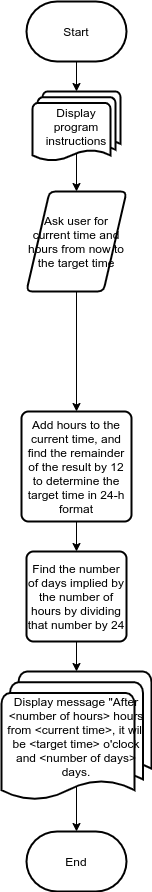
The draw.io diagram diagram.png in 7assan-5alloof/ex09ControlStructures, before a commit. Source tidied: cells renumbered, new cells last; positions are measured from the earlier drawing's top-left corner, leaving out a move shared by most shapes. Its diagram source:
```xml
<mxGraphModel>
  <root>
    <mxCell id="0" />
    <mxCell id="1" parent="0" />
    <mxCell id="2" style="edgeStyle=orthogonalEdgeStyle;rounded=0;jettySize=auto;html=1;exitX=0.5;exitY=1;exitDx=0;exitDy=0;exitPerimeter=0;" parent="1" edge="1" source="3" target="5">
      <mxGeometry relative="1" as="geometry" />
    </mxCell>
    <mxCell id="3" value="Start" style="strokeWidth=2;html=1;shape=mxgraph.flowchart.terminator;whiteSpace=wrap;" parent="1" vertex="1">
      <mxGeometry x="25" width="100" height="60" as="geometry" />
    </mxCell>
    <mxCell id="4" style="edgeStyle=orthogonalEdgeStyle;rounded=0;jettySize=auto;html=1;exitX=0.5;exitY=0.88;exitDx=0;exitDy=0;exitPerimeter=0;" parent="1" edge="1" source="5" target="7">
      <mxGeometry relative="1" as="geometry" />
    </mxCell>
    <mxCell id="5" value="Display program instructions" style="strokeWidth=2;html=1;shape=mxgraph.flowchart.multi-document;whiteSpace=wrap;" parent="1" vertex="1">
      <mxGeometry x="31" y="90" width="88" height="70" as="geometry" />
    </mxCell>
    <mxCell id="6" style="edgeStyle=orthogonalEdgeStyle;rounded=0;jettySize=auto;html=1;exitX=0.5;exitY=1;exitDx=0;exitDy=0;" parent="1" edge="1" source="7" target="9">
      <mxGeometry relative="1" as="geometry" />
    </mxCell>
    <mxCell id="7" value="Ask user for current time and hours from now to the target time" style="shape=parallelogram;html=1;strokeWidth=2;perimeter=parallelogramPerimeter;whiteSpace=wrap;rounded=1;arcSize=12;size=0.23;" parent="1" vertex="1">
      <mxGeometry x="25" y="190" width="100" height="100" as="geometry" />
    </mxCell>
    <mxCell id="8" style="edgeStyle=orthogonalEdgeStyle;rounded=0;jettySize=auto;html=1;exitX=0.5;exitY=1;exitDx=0;exitDy=0;" parent="1" edge="1" source="9" target="11">
      <mxGeometry relative="1" as="geometry" />
    </mxCell>
    <mxCell id="9" value="Add hours to the current time, and find the remainder of the result by 12 to determine the target time in 24-h format" style="rounded=1;whiteSpace=wrap;html=1;absoluteArcSize=1;arcSize=14;strokeWidth=2;" parent="1" vertex="1">
      <mxGeometry x="20" y="410" width="110" height="110" as="geometry" />
    </mxCell>
    <mxCell id="10" style="edgeStyle=orthogonalEdgeStyle;rounded=0;jettySize=auto;html=1;exitX=0.5;exitY=1;exitDx=0;exitDy=0;" parent="1" edge="1" source="11" target="13">
      <mxGeometry relative="1" as="geometry" />
    </mxCell>
    <mxCell id="11" value="Find the number of days implied by the number of hours by dividing that number by 24" style="rounded=1;whiteSpace=wrap;html=1;absoluteArcSize=1;arcSize=14;strokeWidth=2;" parent="1" vertex="1">
      <mxGeometry x="25" y="550" width="100" height="90" as="geometry" />
    </mxCell>
    <mxCell id="12" style="edgeStyle=orthogonalEdgeStyle;rounded=0;jettySize=auto;html=1;exitX=0.5;exitY=0.88;exitDx=0;exitDy=0;exitPerimeter=0;" parent="1" edge="1" source="13" target="14">
      <mxGeometry relative="1" as="geometry" />
    </mxCell>
    <mxCell id="13" value="Display message &quot;After &amp;lt;number of hours&amp;gt; hours from &amp;lt;current time&amp;gt;, it will be &amp;lt;target time&amp;gt; o'clock and &amp;lt;number of days&amp;gt; days." style="strokeWidth=2;html=1;shape=mxgraph.flowchart.multi-document;whiteSpace=wrap;" parent="1" vertex="1">
      <mxGeometry y="670" width="150" height="130" as="geometry" />
    </mxCell>
    <mxCell id="14" value="End" style="strokeWidth=2;html=1;shape=mxgraph.flowchart.terminator;whiteSpace=wrap;" parent="1" vertex="1">
      <mxGeometry x="25" y="830" width="100" height="60" as="geometry" />
    </mxCell>
  </root>
</mxGraphModel>
```
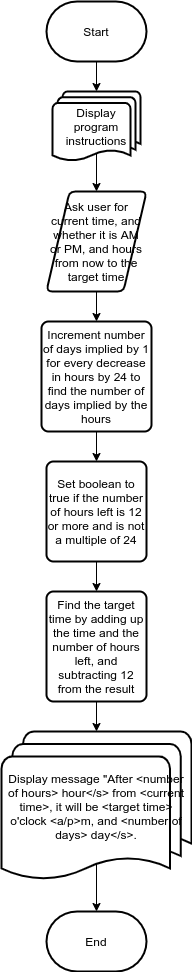
After the change.

Commit message:
Design appropriate algorith through diagram

Diff of the diagram source:
```diff
@@ -17,29 +17,35 @@
     <mxCell id="6" style="edgeStyle=orthogonalEdgeStyle;rounded=0;jettySize=auto;html=1;exitX=0.5;exitY=1;exitDx=0;exitDy=0;" parent="1" edge="1" source="7" target="9">
       <mxGeometry relative="1" as="geometry" />
     </mxCell>
-    <mxCell id="7" value="Ask user for current time and hours from now to the target time" style="shape=parallelogram;html=1;strokeWidth=2;perimeter=parallelogramPerimeter;whiteSpace=wrap;rounded=1;arcSize=12;size=0.23;" parent="1" vertex="1">
+    <mxCell id="7" value="Ask user for current time, and whether it is AM or PM, and hours from now to the target time" style="shape=parallelogram;html=1;strokeWidth=2;perimeter=parallelogramPerimeter;whiteSpace=wrap;rounded=1;arcSize=12;size=0.23;" parent="1" vertex="1">
       <mxGeometry x="25" y="190" width="100" height="100" as="geometry" />
     </mxCell>
-    <mxCell id="8" style="edgeStyle=orthogonalEdgeStyle;rounded=0;jettySize=auto;html=1;exitX=0.5;exitY=1;exitDx=0;exitDy=0;" parent="1" edge="1" source="9" target="11">
-      <mxGeometry relative="1" as="geometry" />
-    </mxCell>
+    <mxCell id="15" style="edgeStyle=orthogonalEdgeStyle;rounded=0;jettySize=auto;html=1;exitX=0.5;exitY=1;exitDx=0;exitDy=0;" parent="1" edge="1" source="9" target="19">
+      <mxGeometry relative="1" as="geometry" />
+    </mxCell>
-    <mxCell id="9" value="Add hours to the current time, and find the remainder of the result by 12 to determine the target time in 24-h format" style="rounded=1;whiteSpace=wrap;html=1;absoluteArcSize=1;arcSize=14;strokeWidth=2;" parent="1" vertex="1">
-      <mxGeometry x="20" y="410" width="110" height="110" as="geometry" />
+    <mxCell id="9" value="Increment number of days implied by 1 for every decrease in hours by 24 to find the number of days implied by the hours" style="rounded=1;whiteSpace=wrap;html=1;absoluteArcSize=1;arcSize=14;strokeWidth=2;" parent="1" vertex="1">
+      <mxGeometry x="20" y="320" width="110" height="110" as="geometry" />
     </mxCell>
-    <mxCell id="10" style="edgeStyle=orthogonalEdgeStyle;rounded=0;jettySize=auto;html=1;exitX=0.5;exitY=1;exitDx=0;exitDy=0;" parent="1" edge="1" source="11" target="13">
-      <mxGeometry relative="1" as="geometry" />
-    </mxCell>
-    <mxCell id="11" value="Find the number of days implied by the number of hours by dividing that number by 24" style="rounded=1;whiteSpace=wrap;html=1;absoluteArcSize=1;arcSize=14;strokeWidth=2;" parent="1" vertex="1">
-      <mxGeometry x="25" y="550" width="100" height="90" as="geometry" />
-    </mxCell>
     <mxCell id="12" style="edgeStyle=orthogonalEdgeStyle;rounded=0;jettySize=auto;html=1;exitX=0.5;exitY=0.88;exitDx=0;exitDy=0;exitPerimeter=0;" parent="1" edge="1" source="13" target="14">
       <mxGeometry relative="1" as="geometry" />
     </mxCell>
-    <mxCell id="13" value="Display message &quot;After &amp;lt;number of hours&amp;gt; hours from &amp;lt;current time&amp;gt;, it will be &amp;lt;target time&amp;gt; o'clock and &amp;lt;number of days&amp;gt; days." style="strokeWidth=2;html=1;shape=mxgraph.flowchart.multi-document;whiteSpace=wrap;" parent="1" vertex="1">
-      <mxGeometry y="670" width="150" height="130" as="geometry" />
+    <mxCell id="13" value="Display message &quot;After &amp;lt;number of hours&amp;gt; hour&amp;lt;/s&amp;gt; from &amp;lt;current time&amp;gt;, it will be &amp;lt;target time&amp;gt; o'clock &amp;lt;a/p&amp;gt;m, and &amp;lt;number of days&amp;gt; day&amp;lt;/s&amp;gt;." style="strokeWidth=2;html=1;shape=mxgraph.flowchart.multi-document;whiteSpace=wrap;" parent="1" vertex="1">
+      <mxGeometry x="-20" y="730" width="190" height="150" as="geometry" />
     </mxCell>
     <mxCell id="14" value="End" style="strokeWidth=2;html=1;shape=mxgraph.flowchart.terminator;whiteSpace=wrap;" parent="1" vertex="1">
-      <mxGeometry x="25" y="830" width="100" height="60" as="geometry" />
+      <mxGeometry x="25" y="910" width="100" height="60" as="geometry" />
     </mxCell>
+    <mxCell id="16" style="edgeStyle=orthogonalEdgeStyle;rounded=0;jettySize=auto;html=1;exitX=0.5;exitY=1;exitDx=0;exitDy=0;entryX=0.5;entryY=0;entryDx=0;entryDy=0;entryPerimeter=0;" parent="1" edge="1" source="17" target="13">
+      <mxGeometry relative="1" as="geometry" />
+    </mxCell>
+    <mxCell id="17" value="Find the target time by adding up the time and the number of hours left, and subtracting 12 from the result" style="rounded=1;whiteSpace=wrap;html=1;absoluteArcSize=1;arcSize=14;strokeWidth=2;" parent="1" vertex="1">
+      <mxGeometry x="25" y="590" width="100" height="110" as="geometry" />
+    </mxCell>
+    <mxCell id="18" style="edgeStyle=orthogonalEdgeStyle;rounded=0;jettySize=auto;html=1;exitX=0.5;exitY=1;exitDx=0;exitDy=0;entryX=0.5;entryY=0;entryDx=0;entryDy=0;" parent="1" edge="1" source="19" target="17">
+      <mxGeometry relative="1" as="geometry" />
+    </mxCell>
+    <mxCell id="19" value="Set boolean to true if the number of hours left is 12 or more and is not a multiple of 24" style="rounded=1;whiteSpace=wrap;html=1;absoluteArcSize=1;arcSize=14;strokeWidth=2;" parent="1" vertex="1">
+      <mxGeometry x="25" y="460" width="100" height="100" as="geometry" />
+    </mxCell>
   </root>
 </mxGraphModel>
```
